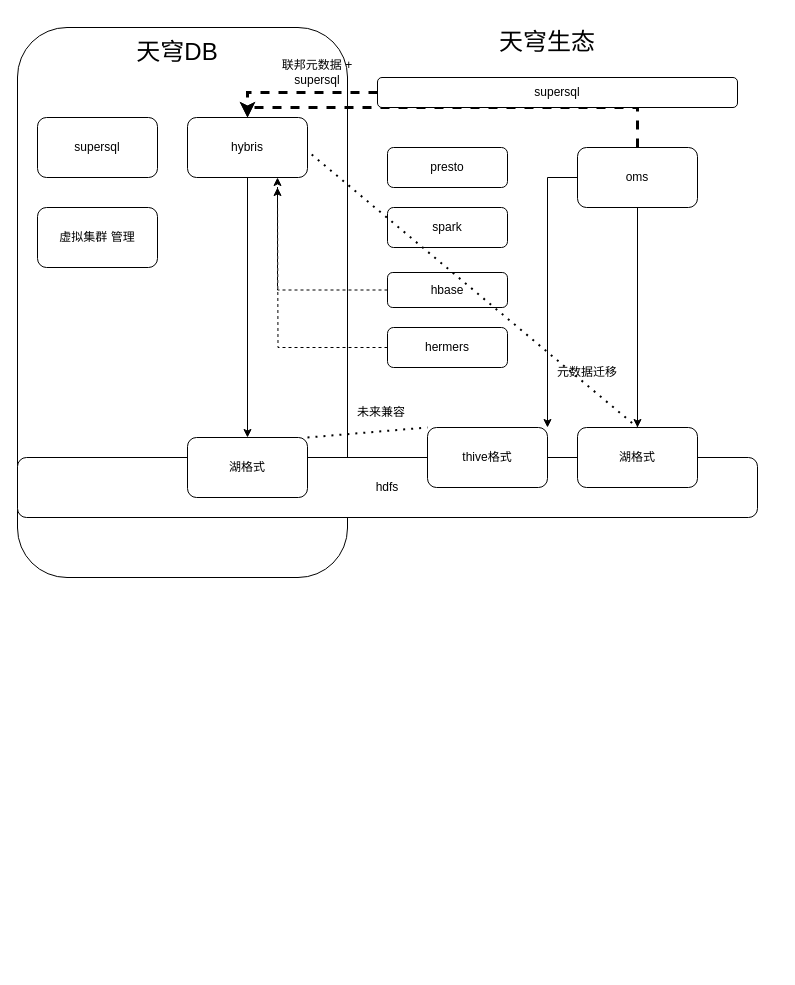
Before: 天穹db.drawio in yuhuali1989/ui, a draw.io diagram. Source tidied: cells renumbered, new cells numbered last; positions are measured from the earlier drawing's top-left corner, leaving out a move shared by most shapes. Both pictures are drawn from the tidied source at 100%, with x=0, y=0 at pixel (17, 17).
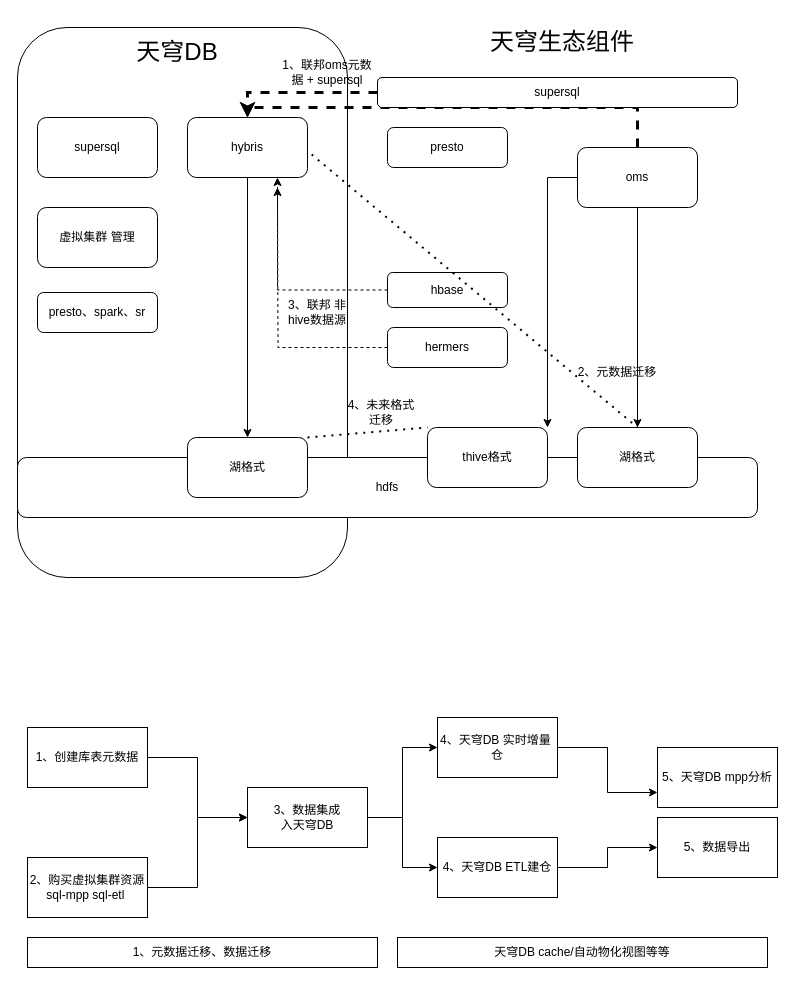
Above is the later version.

Change to the diagram source:
```diff
@@
     <mxCell id="14" value="presto" style="rounded=1;whiteSpace=wrap;html=1;" parent="1" vertex="1">
-      <mxGeometry x="370" y="130" width="120" height="40" as="geometry" />
+      <mxGeometry x="370" y="110" width="120" height="40" as="geometry" />
     </mxCell>
-    <mxCell id="15" value="spark" style="rounded=1;whiteSpace=wrap;html=1;" parent="1" vertex="1">
-      <mxGeometry x="370" y="190" width="120" height="40" as="geometry" />
-    </mxCell>
@@
-    <mxCell id="18" value="&lt;font style=&quot;font-size: 24px;&quot;&gt;天穹生态&lt;/font&gt;" style="text;html=1;strokeColor=none;fillColor=none;align=center;verticalAlign=middle;whiteSpace=wrap;rounded=0;" parent="1" vertex="1">
-      <mxGeometry x="470" width="120" height="50" as="geometry" />
+    <mxCell id="18" value="&lt;font style=&quot;font-size: 24px;&quot;&gt;天穹生态组件&lt;/font&gt;" style="text;html=1;strokeColor=none;fillColor=none;align=center;verticalAlign=middle;whiteSpace=wrap;rounded=0;" parent="1" vertex="1">
+      <mxGeometry x="470" width="150" height="50" as="geometry" />
     </mxCell>
@@
-    <mxCell id="25" value="联邦元数据 + supersql" style="text;html=1;strokeColor=none;fillColor=none;align=center;verticalAlign=middle;whiteSpace=wrap;rounded=0;" parent="1" vertex="1">
-      <mxGeometry x="260" y="40" width="80" height="30" as="geometry" />
+    <mxCell id="25" value="1、联邦oms元数据 + supersql" style="text;html=1;strokeColor=none;fillColor=none;align=center;verticalAlign=middle;whiteSpace=wrap;rounded=0;" parent="1" vertex="1">
+      <mxGeometry x="260" y="40" width="100" height="30" as="geometry" />
     </mxCell>
@@
-    <mxCell id="28" value="元数据迁移" style="text;html=1;strokeColor=none;fillColor=none;align=center;verticalAlign=middle;whiteSpace=wrap;rounded=0;" parent="1" vertex="1">
-      <mxGeometry x="530" y="340" width="80" height="30" as="geometry" />
+    <mxCell id="28" value="2、元数据迁移" style="text;html=1;strokeColor=none;fillColor=none;align=center;verticalAlign=middle;whiteSpace=wrap;rounded=0;" parent="1" vertex="1">
+      <mxGeometry x="530" y="340" width="140" height="30" as="geometry" />
     </mxCell>
-    <mxCell id="29" value="未来兼容" style="text;html=1;strokeColor=none;fillColor=none;align=center;verticalAlign=middle;whiteSpace=wrap;rounded=0;" parent="1" vertex="1">
+    <mxCell id="29" value="4、未来格式迁移" style="text;html=1;strokeColor=none;fillColor=none;align=center;verticalAlign=middle;whiteSpace=wrap;rounded=0;" parent="1" vertex="1">
       <mxGeometry x="324" y="380" width="80" height="30" as="geometry" />
     </mxCell>
+    <mxCell id="30" value="3、联邦 非hive数据源" style="text;html=1;strokeColor=none;fillColor=none;align=center;verticalAlign=middle;whiteSpace=wrap;rounded=0;" parent="1" vertex="1">
+      <mxGeometry x="260" y="280" width="80" height="30" as="geometry" />
+    </mxCell>
+    <mxCell id="31" value="presto、spark、sr" style="rounded=1;whiteSpace=wrap;html=1;" parent="1" vertex="1">
+      <mxGeometry x="20" y="275" width="120" height="40" as="geometry" />
+    </mxCell>
+    <mxCell id="32" style="edgeStyle=orthogonalEdgeStyle;rounded=0;jettySize=auto;html=1;entryX=0;entryY=0.5;entryDx=0;entryDy=0;" parent="1" edge="1" source="33" target="38">
+      <mxGeometry relative="1" as="geometry" />
+    </mxCell>
+    <mxCell id="33" value="1、创建库表元数据" style="rounded=0;whiteSpace=wrap;html=1;" parent="1" vertex="1">
+      <mxGeometry x="10" y="710" width="120" height="60" as="geometry" />
+    </mxCell>
+    <mxCell id="34" style="edgeStyle=orthogonalEdgeStyle;rounded=0;jettySize=auto;html=1;entryX=0;entryY=0.5;entryDx=0;entryDy=0;" parent="1" edge="1" source="35" target="38">
+      <mxGeometry relative="1" as="geometry" />
+    </mxCell>
+    <mxCell id="35" value="2、购买虚拟集群资源&lt;br&gt;sql-mpp sql-etl&amp;nbsp;" style="rounded=0;whiteSpace=wrap;html=1;" parent="1" vertex="1">
+      <mxGeometry x="10" y="840" width="120" height="60" as="geometry" />
+    </mxCell>
+    <mxCell id="36" style="edgeStyle=orthogonalEdgeStyle;rounded=0;jettySize=auto;html=1;entryX=0;entryY=0.5;entryDx=0;entryDy=0;" parent="1" edge="1" source="38" target="42">
+      <mxGeometry relative="1" as="geometry" />
+    </mxCell>
+    <mxCell id="37" style="edgeStyle=orthogonalEdgeStyle;rounded=0;jettySize=auto;html=1;entryX=0;entryY=0.5;entryDx=0;entryDy=0;" parent="1" edge="1" source="38" target="40">
+      <mxGeometry relative="1" as="geometry" />
+    </mxCell>
+    <mxCell id="38" value="3、数据集成&lt;br&gt;入天穹DB" style="rounded=0;whiteSpace=wrap;html=1;" parent="1" vertex="1">
+      <mxGeometry x="230" y="770" width="120" height="60" as="geometry" />
+    </mxCell>
+    <mxCell id="39" style="edgeStyle=orthogonalEdgeStyle;rounded=0;jettySize=auto;html=1;" parent="1" edge="1" source="40" target="46">
+      <mxGeometry relative="1" as="geometry" />
+    </mxCell>
+    <mxCell id="40" value="4、天穹DB ETL建仓" style="rounded=0;whiteSpace=wrap;html=1;" parent="1" vertex="1">
+      <mxGeometry x="420" y="820" width="120" height="60" as="geometry" />
+    </mxCell>
+    <mxCell id="41" style="edgeStyle=orthogonalEdgeStyle;rounded=0;jettySize=auto;html=1;entryX=0;entryY=0.75;entryDx=0;entryDy=0;" parent="1" edge="1" source="42" target="43">
+      <mxGeometry relative="1" as="geometry">
+        <Array as="points">
+          <mxPoint x="590" y="730" />
+          <mxPoint x="590" y="775" />
+        </Array>
+      </mxGeometry>
+    </mxCell>
+    <mxCell id="42" value="4、天穹DB 实时增量&amp;nbsp;&lt;br&gt;仓" style="rounded=0;whiteSpace=wrap;html=1;" parent="1" vertex="1">
+      <mxGeometry x="420" y="700" width="120" height="60" as="geometry" />
+    </mxCell>
+    <mxCell id="43" value="5、天穹DB mpp分析" style="rounded=0;whiteSpace=wrap;html=1;" parent="1" vertex="1">
+      <mxGeometry x="640" y="730" width="120" height="60" as="geometry" />
+    </mxCell>
+    <mxCell id="44" value="天穹DB cache/自动物化视图等等" style="rounded=0;whiteSpace=wrap;html=1;" parent="1" vertex="1">
+      <mxGeometry x="380" y="920" width="370" height="30" as="geometry" />
+    </mxCell>
+    <mxCell id="45" value="1、元数据迁移、数据迁移" style="rounded=0;whiteSpace=wrap;html=1;" parent="1" vertex="1">
+      <mxGeometry x="10" y="920" width="350" height="30" as="geometry" />
+    </mxCell>
+    <mxCell id="46" value="5、数据导出" style="rounded=0;whiteSpace=wrap;html=1;" parent="1" vertex="1">
+      <mxGeometry x="640" y="800" width="120" height="60" as="geometry" />
+    </mxCell>
```
